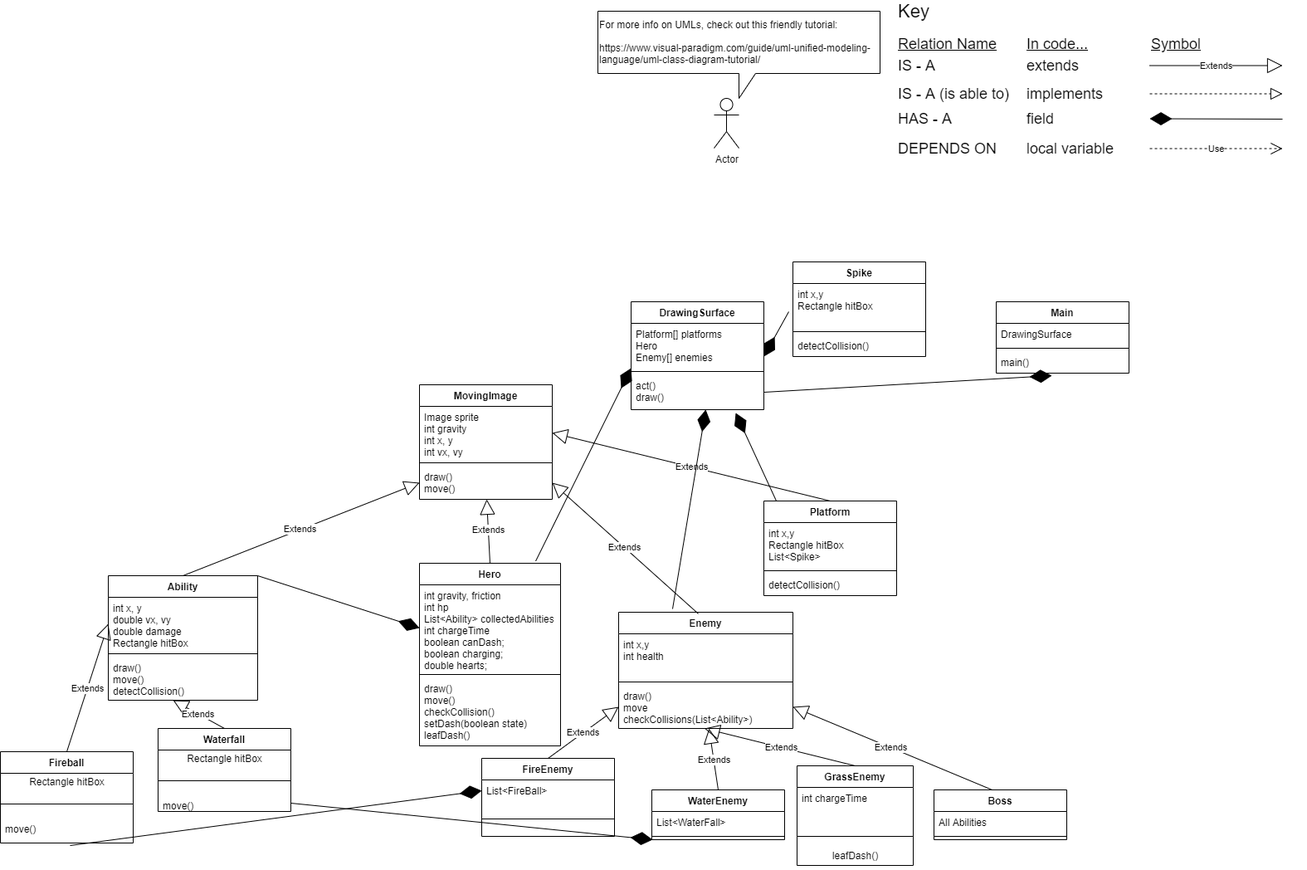
This is doc/Cykura UML.png from HHSAPCompSci2020/capstone-project-cykura, a draw.io export, as it was before one commit. Source tidied: cells renumbered, new cells last; positions are measured from the earlier drawing's top-left corner, leaving out a move shared by most shapes.
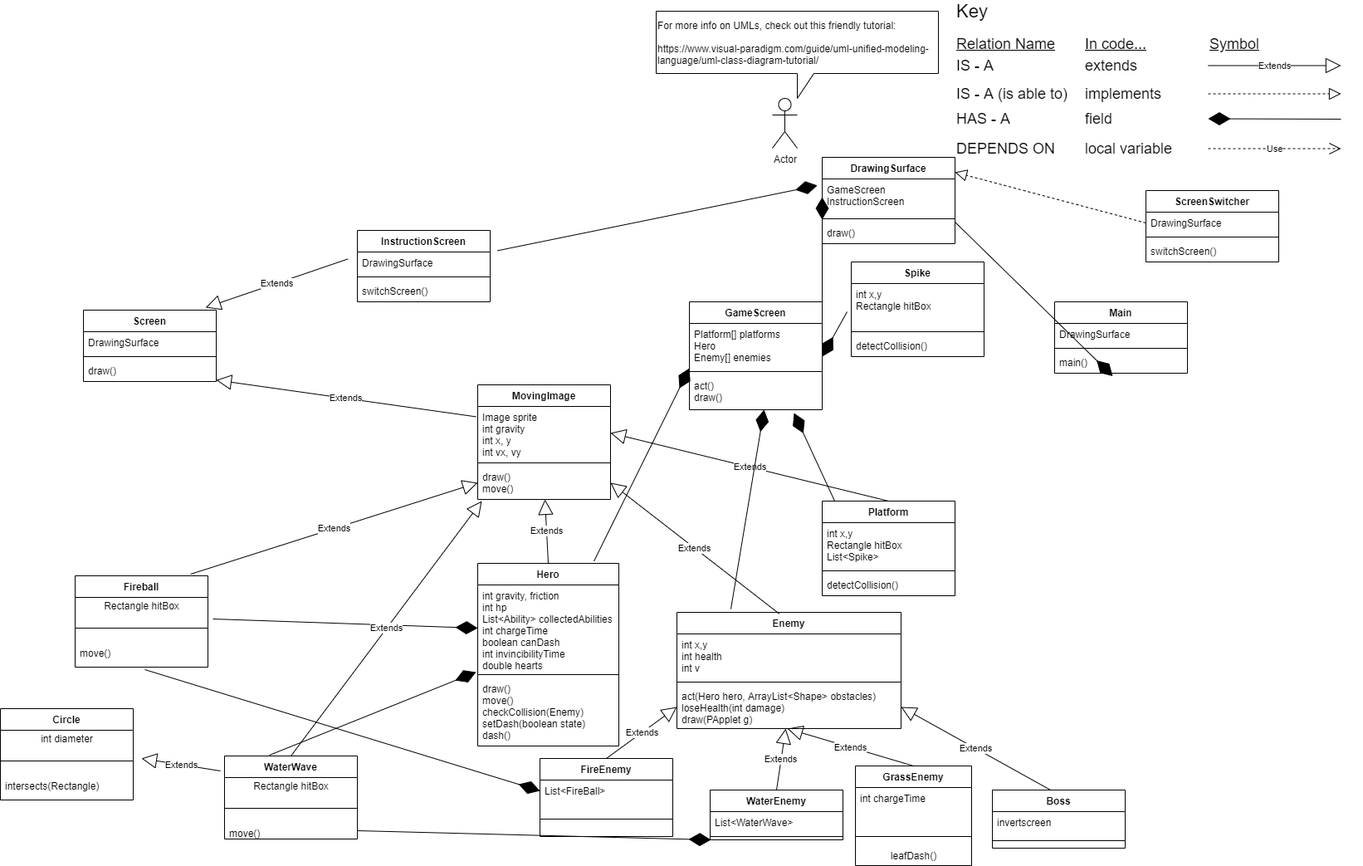
The same file after the commit.

Commit message:
Beta Build

What changed in the source:
```diff
@@ -4,14 +4,2 @@
     <mxCell id="1" parent="0" />
-    <mxCell id="2" value="Ability" style="swimlane;fontStyle=1;align=center;verticalAlign=top;horizontal=1;startSize=26;" parent="1" vertex="1">
-      <mxGeometry x="130" y="690" width="180" height="150" as="geometry" />
-    </mxCell>
-    <mxCell id="3" value="int x, y&#10;double vx, vy&#10;double damage&#10;Rectangle hitBox" style="text;strokeColor=none;fillColor=none;align=left;verticalAlign=top;spacingLeft=4;spacingRight=4;overflow=hidden;points=[[0,0.5],[1,0.5]];portConstraint=eastwest;" parent="2" vertex="1">
-      <mxGeometry y="26" width="180" height="64" as="geometry" />
-    </mxCell>
-    <mxCell id="4" style="line;strokeWidth=1;fillColor=none;align=left;verticalAlign=middle;spacingTop=-1;spacingLeft=3;spacingRight=3;labelPosition=right;" parent="2" vertex="1">
-      <mxGeometry y="90" width="180" height="8" as="geometry" />
-    </mxCell>
-    <mxCell id="5" value="draw()&#10;move()&#10;detectCollision()" style="text;strokeColor=none;fillColor=none;align=left;verticalAlign=top;spacingLeft=4;spacingRight=4;overflow=hidden;points=[[0,0.5],[1,0.5]];portConstraint=eastwest;" parent="2" vertex="1">
-      <mxGeometry y="98" width="180" height="52" as="geometry" />
-    </mxCell>
     <mxCell id="6" value="Actor" style="shape=umlActor;verticalLabelPosition=bottom;verticalAlign=top;html=1;align=left;" parent="1" vertex="1">
@@ -23,12 +11,12 @@
     <mxCell id="8" value="Enemy" style="swimlane;fontStyle=1;align=center;verticalAlign=top;horizontal=1;startSize=26;" parent="1" vertex="1">
-      <mxGeometry x="745" y="734" width="210" height="140" as="geometry" />
+      <mxGeometry x="745" y="734" width="270" height="140" as="geometry" />
     </mxCell>
-    <mxCell id="9" value="int x,y&#10;int health&#10;" style="text;strokeColor=none;fillColor=none;align=left;verticalAlign=top;spacingLeft=4;spacingRight=4;overflow=hidden;" parent="8" vertex="1">
-      <mxGeometry y="26" width="210" height="54" as="geometry" />
+    <mxCell id="9" value="int x,y&#10;int health&#10;int v" style="text;strokeColor=none;fillColor=none;align=left;verticalAlign=top;spacingLeft=4;spacingRight=4;overflow=hidden;" parent="8" vertex="1">
+      <mxGeometry y="26" width="270" height="54" as="geometry" />
     </mxCell>
     <mxCell id="10" style="line;strokeWidth=1;fillColor=none;align=left;verticalAlign=middle;spacingTop=-1;spacingLeft=3;spacingRight=3;labelPosition=right;" parent="8" vertex="1">
-      <mxGeometry y="80" width="210" height="8" as="geometry" />
+      <mxGeometry y="80" width="270" height="8" as="geometry" />
     </mxCell>
-    <mxCell id="11" value="draw()&#10;move&#10;checkCollisions(List&lt;Ability&gt;)" style="text;strokeColor=none;fillColor=none;align=left;verticalAlign=top;spacingLeft=4;spacingRight=4;overflow=hidden;points=[[0,0.5],[1,0.5]];portConstraint=eastwest;" parent="8" vertex="1">
-      <mxGeometry y="88" width="210" height="52" as="geometry" />
+    <mxCell id="11" value="act(Hero hero, ArrayList&lt;Shape&gt; obstacles) &#10;loseHealth(int damage)&#10;draw(PApplet g)" style="text;strokeColor=none;fillColor=none;align=left;verticalAlign=top;spacingLeft=4;spacingRight=4;overflow=hidden;points=[[0,0.5],[1,0.5]];portConstraint=eastwest;" parent="8" vertex="1">
+      <mxGeometry y="88" width="270" height="52" as="geometry" />
     </mxCell>
@@ -97,3 +85,3 @@
     </mxCell>
-    <mxCell id="29" value="int gravity, friction&#10;int hp&#10;List&lt;Ability&gt; collectedAbilities&#10;int chargeTime&#10;boolean canDash;&#10;boolean charging;&#10;double hearts;" style="text;strokeColor=none;fillColor=none;align=left;verticalAlign=top;spacingLeft=4;spacingRight=4;overflow=hidden;points=[[0,0.5],[1,0.5]];portConstraint=eastwest;" parent="28" vertex="1">
+    <mxCell id="29" value="int gravity, friction&#10;int hp&#10;List&lt;Ability&gt; collectedAbilities&#10;int chargeTime&#10;boolean canDash&#10;int invincibilityTime&#10;double hearts" style="text;strokeColor=none;fillColor=none;align=left;verticalAlign=top;spacingLeft=4;spacingRight=4;overflow=hidden;points=[[0,0.5],[1,0.5]];portConstraint=eastwest;" parent="28" vertex="1">
       <mxGeometry y="26" width="170" height="104" as="geometry" />
@@ -103,6 +91,6 @@
     </mxCell>
-    <mxCell id="31" value="draw()&#10;move()&#10;checkCollision()&#10;setDash(boolean state)&#10;leafDash()" style="text;strokeColor=none;fillColor=none;align=left;verticalAlign=top;spacingLeft=4;spacingRight=4;overflow=hidden;points=[[0,0.5],[1,0.5]];portConstraint=eastwest;" parent="28" vertex="1">
+    <mxCell id="31" value="draw()&#10;move()&#10;checkCollision(Enemy)&#10;setDash(boolean state)&#10;dash()" style="text;strokeColor=none;fillColor=none;align=left;verticalAlign=top;spacingLeft=4;spacingRight=4;overflow=hidden;points=[[0,0.5],[1,0.5]];portConstraint=eastwest;" parent="28" vertex="1">
       <mxGeometry y="138" width="170" height="82" as="geometry" />
     </mxCell>
-    <mxCell id="32" value="DrawingSurface" style="swimlane;fontStyle=1;align=center;verticalAlign=top;horizontal=1;startSize=26;" parent="1" vertex="1">
+    <mxCell id="32" value="GameScreen" style="swimlane;fontStyle=1;align=center;verticalAlign=top;horizontal=1;startSize=26;" parent="1" vertex="1">
       <mxGeometry x="760" y="360" width="160" height="130" as="geometry" />
@@ -142,3 +130,3 @@
     </mxCell>
-    <mxCell id="44" value="List&lt;WaterFall&gt;" style="text;strokeColor=none;fillColor=none;align=left;verticalAlign=top;spacingLeft=4;spacingRight=4;overflow=hidden;" parent="43" vertex="1">
+    <mxCell id="44" value="List&lt;WaterWave&gt;" style="text;strokeColor=none;fillColor=none;align=left;verticalAlign=top;spacingLeft=4;spacingRight=4;overflow=hidden;" parent="43" vertex="1">
       <mxGeometry y="26" width="160" height="26" as="geometry" />
@@ -158,5 +146,5 @@
     <mxCell id="49" value="Boss" style="swimlane;fontStyle=1;align=center;verticalAlign=top;horizontal=1;startSize=26;" parent="1" vertex="1">
-      <mxGeometry x="1125" y="948" width="160" height="60" as="geometry" />
+      <mxGeometry x="1125" y="948" width="160" height="70" as="geometry" />
     </mxCell>
-    <mxCell id="50" value="All Abilities" style="text;strokeColor=none;fillColor=none;align=left;verticalAlign=top;spacingLeft=4;spacingRight=4;overflow=hidden;" parent="49" vertex="1">
+    <mxCell id="50" value="invertscreen" style="text;strokeColor=none;fillColor=none;align=left;verticalAlign=top;spacingLeft=4;spacingRight=4;overflow=hidden;" parent="49" vertex="1">
       <mxGeometry y="26" width="160" height="26" as="geometry" />
@@ -164,6 +152,6 @@
     <mxCell id="51" style="line;strokeWidth=1;fillColor=none;align=left;verticalAlign=middle;spacingTop=-1;spacingLeft=3;spacingRight=3;labelPosition=right;" parent="49" vertex="1">
-      <mxGeometry y="52" width="160" height="8" as="geometry" />
+      <mxGeometry y="52" width="160" height="18" as="geometry" />
     </mxCell>
     <mxCell id="52" value="Fireball" style="swimlane;fontStyle=1;align=center;verticalAlign=top;horizontal=1;startSize=26;" parent="1" vertex="1">
-      <mxGeometry y="902" width="160" height="110" as="geometry" />
+      <mxGeometry x="20" y="690" width="160" height="110" as="geometry" />
     </mxCell>
@@ -178,4 +166,4 @@
     </mxCell>
-    <mxCell id="56" value="Waterfall" style="swimlane;fontStyle=1;align=center;verticalAlign=top;horizontal=1;startSize=26;" parent="1" vertex="1">
-      <mxGeometry x="190" y="874" width="160" height="100" as="geometry" />
+    <mxCell id="56" value="WaterWave" style="swimlane;fontStyle=1;align=center;verticalAlign=top;horizontal=1;startSize=26;" parent="1" vertex="1">
+      <mxGeometry x="200" y="907" width="160" height="100" as="geometry" />
     </mxCell>
@@ -190,8 +178,2 @@
     </mxCell>
-    <mxCell id="60" value="Extends" style="endArrow=block;endSize=16;endFill=0;html=1;exitX=0.5;exitY=0;exitDx=0;exitDy=0;entryX=0;entryY=0.5;entryDx=0;entryDy=0;" parent="1" edge="1" source="52" target="3">
-      <mxGeometry relative="1" as="geometry" />
-    </mxCell>
-    <mxCell id="61" value="Extends" style="endArrow=block;endSize=16;endFill=0;html=1;exitX=0.5;exitY=0;exitDx=0;exitDy=0;entryX=0.434;entryY=1.001;entryDx=0;entryDy=0;entryPerimeter=0;" parent="1" edge="1" source="56" target="5">
-      <mxGeometry relative="1" as="geometry" />
-    </mxCell>
     <mxCell id="62" value="Extends" style="endArrow=block;endSize=16;endFill=0;html=1;exitX=0.5;exitY=0;exitDx=0;exitDy=0;entryX=0;entryY=0.5;entryDx=0;entryDy=0;" parent="1" edge="1" source="40" target="11">
@@ -220,3 +202,3 @@
     </mxCell>
-    <mxCell id="70" value="Extends" style="endArrow=block;endSize=16;endFill=0;html=1;exitX=0.5;exitY=0;exitDx=0;exitDy=0;entryX=0;entryY=0.5;entryDx=0;entryDy=0;" parent="1" edge="1" source="2" target="69">
+    <mxCell id="70" value="Extends" style="endArrow=block;endSize=16;endFill=0;html=1;exitX=0.869;exitY=-0.018;exitDx=0;exitDy=0;entryX=0;entryY=0.5;entryDx=0;entryDy=0;exitPerimeter=0;" parent="1" edge="1" source="52" target="69">
       <mxGeometry relative="1" as="geometry" />
@@ -244,3 +226,3 @@
     </mxCell>
-    <mxCell id="78" style="endArrow=diamondThin;endFill=1;endSize=24;html=1;exitX=1;exitY=0;exitDx=0;exitDy=0;entryX=0;entryY=0.5;entryDx=0;entryDy=0;" parent="1" edge="1" source="2" target="29">
+    <mxCell id="78" style="endArrow=diamondThin;endFill=1;endSize=24;html=1;exitX=1.038;exitY=1.3;exitDx=0;exitDy=0;entryX=0;entryY=0.5;entryDx=0;entryDy=0;exitPerimeter=0;" parent="1" edge="1" source="53" target="29">
       <mxGeometry relative="1" as="geometry" />
@@ -250,3 +232,3 @@
     </mxCell>
-    <mxCell id="80" style="endArrow=diamondThin;endFill=1;endSize=24;html=1;entryX=0.419;entryY=1.115;entryDx=0;entryDy=0;entryPerimeter=0;exitX=1;exitY=0.5;exitDx=0;exitDy=0;" parent="1" edge="1" source="35" target="39">
+    <mxCell id="80" style="endArrow=diamondThin;endFill=1;endSize=24;html=1;entryX=0;entryY=0.5;entryDx=0;entryDy=0;exitX=1;exitY=0.5;exitDx=0;exitDy=0;" parent="1" edge="1" source="35" target="99">
       <mxGeometry relative="1" as="geometry" />
@@ -293,2 +275,94 @@
     </mxCell>
+    <mxCell id="91" value="Extends" style="endArrow=block;endSize=16;endFill=0;html=1;exitX=0.5;exitY=0;exitDx=0;exitDy=0;" parent="1" edge="1" source="56">
+      <mxGeometry relative="1" as="geometry">
+        <mxPoint x="510" y="600" as="targetPoint" />
+      </mxGeometry>
+    </mxCell>
+    <mxCell id="92" style="endArrow=diamondThin;endFill=1;endSize=24;html=1;exitX=0.338;exitY=-0.01;exitDx=0;exitDy=0;entryX=-0.012;entryY=-0.085;entryDx=0;entryDy=0;exitPerimeter=0;entryPerimeter=0;" parent="1" edge="1" source="56" target="31">
+      <mxGeometry relative="1" as="geometry" />
+    </mxCell>
+    <mxCell id="93" value="Circle" style="swimlane;fontStyle=1;align=center;verticalAlign=top;horizontal=1;startSize=26;" parent="1" vertex="1">
+      <mxGeometry x="-70" y="850" width="160" height="110" as="geometry" />
+    </mxCell>
+    <mxCell id="94" value="int diameter" style="text;html=1;align=center;verticalAlign=middle;strokeColor=none;" parent="93" vertex="1">
+      <mxGeometry y="26" width="160" height="20" as="geometry" />
+    </mxCell>
+    <mxCell id="95" style="line;strokeWidth=1;fillColor=none;align=left;verticalAlign=middle;spacingTop=-1;spacingLeft=3;spacingRight=3;labelPosition=right;" parent="93" vertex="1">
+      <mxGeometry y="46" width="160" height="34" as="geometry" />
+    </mxCell>
+    <mxCell id="96" value="intersects(Rectangle)" style="text;strokeColor=none;fillColor=none;align=left;verticalAlign=top;spacingLeft=4;spacingRight=4;overflow=hidden;" parent="93" vertex="1">
+      <mxGeometry y="80" width="160" height="30" as="geometry" />
+    </mxCell>
+    <mxCell id="97" value="Extends" style="endArrow=block;endSize=16;endFill=0;html=1;exitX=-0.031;exitY=-0.4;exitDx=0;exitDy=0;exitPerimeter=0;" parent="1" edge="1" source="57">
+      <mxGeometry relative="1" as="geometry">
+        <mxPoint x="100" y="910" as="targetPoint" />
+      </mxGeometry>
+    </mxCell>
+    <mxCell id="98" value="DrawingSurface" style="swimlane;fontStyle=1;align=center;verticalAlign=top;horizontal=1;startSize=26;" parent="1" vertex="1">
+      <mxGeometry x="920" y="186" width="160" height="104" as="geometry" />
+    </mxCell>
+    <mxCell id="99" value="GameScreen&#10;InstructionScreen" style="text;strokeColor=none;fillColor=none;align=left;verticalAlign=top;spacingLeft=4;spacingRight=4;overflow=hidden;points=[[0,0.5],[1,0.5]];portConstraint=eastwest;" parent="98" vertex="1">
+      <mxGeometry y="26" width="160" height="44" as="geometry" />
+    </mxCell>
+    <mxCell id="100" style="line;strokeWidth=1;fillColor=none;align=left;verticalAlign=middle;spacingTop=-1;spacingLeft=3;spacingRight=3;labelPosition=right;" parent="98" vertex="1">
+      <mxGeometry y="70" width="160" height="8" as="geometry" />
+    </mxCell>
+    <mxCell id="101" value="draw()" style="text;strokeColor=none;fillColor=none;align=left;verticalAlign=top;spacingLeft=4;spacingRight=4;overflow=hidden;" parent="98" vertex="1">
+      <mxGeometry y="78" width="160" height="26" as="geometry" />
+    </mxCell>
+    <mxCell id="102" value="ScreenSwitcher" style="swimlane;fontStyle=1;align=center;verticalAlign=top;horizontal=1;startSize=26;" parent="1" vertex="1">
+      <mxGeometry x="1310" y="226" width="160" height="86" as="geometry" />
+    </mxCell>
+    <mxCell id="103" value="DrawingSurface" style="text;strokeColor=none;fillColor=none;align=left;verticalAlign=top;spacingLeft=4;spacingRight=4;overflow=hidden;points=[[0,0.5],[1,0.5]];portConstraint=eastwest;" parent="102" vertex="1">
+      <mxGeometry y="26" width="160" height="26" as="geometry" />
+    </mxCell>
+    <mxCell id="104" style="line;strokeWidth=1;fillColor=none;align=left;verticalAlign=middle;spacingTop=-1;spacingLeft=3;spacingRight=3;labelPosition=right;" parent="102" vertex="1">
+      <mxGeometry y="52" width="160" height="8" as="geometry" />
+    </mxCell>
+    <mxCell id="105" value="switchScreen()" style="text;strokeColor=none;fillColor=none;align=left;verticalAlign=top;spacingLeft=4;spacingRight=4;overflow=hidden;" parent="102" vertex="1">
+      <mxGeometry y="60" width="160" height="26" as="geometry" />
+    </mxCell>
+    <mxCell id="106" style="endArrow=block;dashed=1;endFill=0;endSize=12;html=1;exitX=0;exitY=0.5;exitDx=0;exitDy=0;" parent="1" edge="1" source="103">
+      <mxGeometry relative="1" as="geometry">
+        <mxPoint x="1080" y="204" as="targetPoint" />
+      </mxGeometry>
+    </mxCell>
+    <mxCell id="107" value="Screen" style="swimlane;fontStyle=1;align=center;verticalAlign=top;horizontal=1;startSize=26;" parent="1" vertex="1">
+      <mxGeometry x="30" y="370" width="160" height="86" as="geometry" />
+    </mxCell>
+    <mxCell id="108" value="DrawingSurface" style="text;strokeColor=none;fillColor=none;align=left;verticalAlign=top;spacingLeft=4;spacingRight=4;overflow=hidden;" parent="107" vertex="1">
+      <mxGeometry y="26" width="160" height="26" as="geometry" />
+    </mxCell>
+    <mxCell id="109" style="line;strokeWidth=1;fillColor=none;align=left;verticalAlign=middle;spacingTop=-1;spacingLeft=3;spacingRight=3;labelPosition=right;" parent="107" vertex="1">
+      <mxGeometry y="52" width="160" height="8" as="geometry" />
+    </mxCell>
+    <mxCell id="110" value="draw()" style="text;strokeColor=none;fillColor=none;align=left;verticalAlign=top;spacingLeft=4;spacingRight=4;overflow=hidden;points=[[0,0.5],[1,0.5]];portConstraint=eastwest;" parent="107" vertex="1">
+      <mxGeometry y="60" width="160" height="26" as="geometry" />
+    </mxCell>
+    <mxCell id="111" value="InstructionScreen" style="swimlane;fontStyle=1;align=center;verticalAlign=top;horizontal=1;startSize=26;" parent="1" vertex="1">
+      <mxGeometry x="360" y="274" width="160" height="86" as="geometry" />
+    </mxCell>
+    <mxCell id="112" value="DrawingSurface" style="text;strokeColor=none;fillColor=none;align=left;verticalAlign=top;spacingLeft=4;spacingRight=4;overflow=hidden;points=[[0,0.5],[1,0.5]];portConstraint=eastwest;" parent="111" vertex="1">
+      <mxGeometry y="26" width="160" height="26" as="geometry" />
+    </mxCell>
+    <mxCell id="113" style="line;strokeWidth=1;fillColor=none;align=left;verticalAlign=middle;spacingTop=-1;spacingLeft=3;spacingRight=3;labelPosition=right;" parent="111" vertex="1">
+      <mxGeometry y="52" width="160" height="8" as="geometry" />
+    </mxCell>
+    <mxCell id="114" value="switchScreen()" style="text;strokeColor=none;fillColor=none;align=left;verticalAlign=top;spacingLeft=4;spacingRight=4;overflow=hidden;" parent="111" vertex="1">
+      <mxGeometry y="60" width="160" height="26" as="geometry" />
+    </mxCell>
+    <mxCell id="115" value="Extends" style="endArrow=block;endSize=16;endFill=0;html=1;entryX=0.92;entryY=-0.035;entryDx=0;entryDy=0;entryPerimeter=0;exitX=-0.071;exitY=0.324;exitDx=0;exitDy=0;exitPerimeter=0;" parent="1" edge="1" source="112" target="107">
+      <mxGeometry relative="1" as="geometry" />
+    </mxCell>
+    <mxCell id="116" value="Extends" style="endArrow=block;endSize=16;endFill=0;html=1;exitX=-0.013;exitY=0.194;exitDx=0;exitDy=0;exitPerimeter=0;" parent="1" edge="1" source="67" target="110">
+      <mxGeometry relative="1" as="geometry" />
+    </mxCell>
+    <mxCell id="117" style="endArrow=diamondThin;endFill=1;endSize=24;html=1;exitX=1;exitY=0.75;exitDx=0;exitDy=0;" parent="1" edge="1" source="98">
+      <mxGeometry relative="1" as="geometry">
+        <mxPoint x="1270" y="449.5" as="targetPoint" />
+      </mxGeometry>
+    </mxCell>
+    <mxCell id="118" style="endArrow=diamondThin;endFill=1;endSize=24;html=1;entryX=-0.036;entryY=0.179;entryDx=0;entryDy=0;entryPerimeter=0;exitX=1.054;exitY=-0.06;exitDx=0;exitDy=0;exitPerimeter=0;" parent="1" edge="1" source="112" target="99">
+      <mxGeometry relative="1" as="geometry" />
+    </mxCell>
   </root>
```
